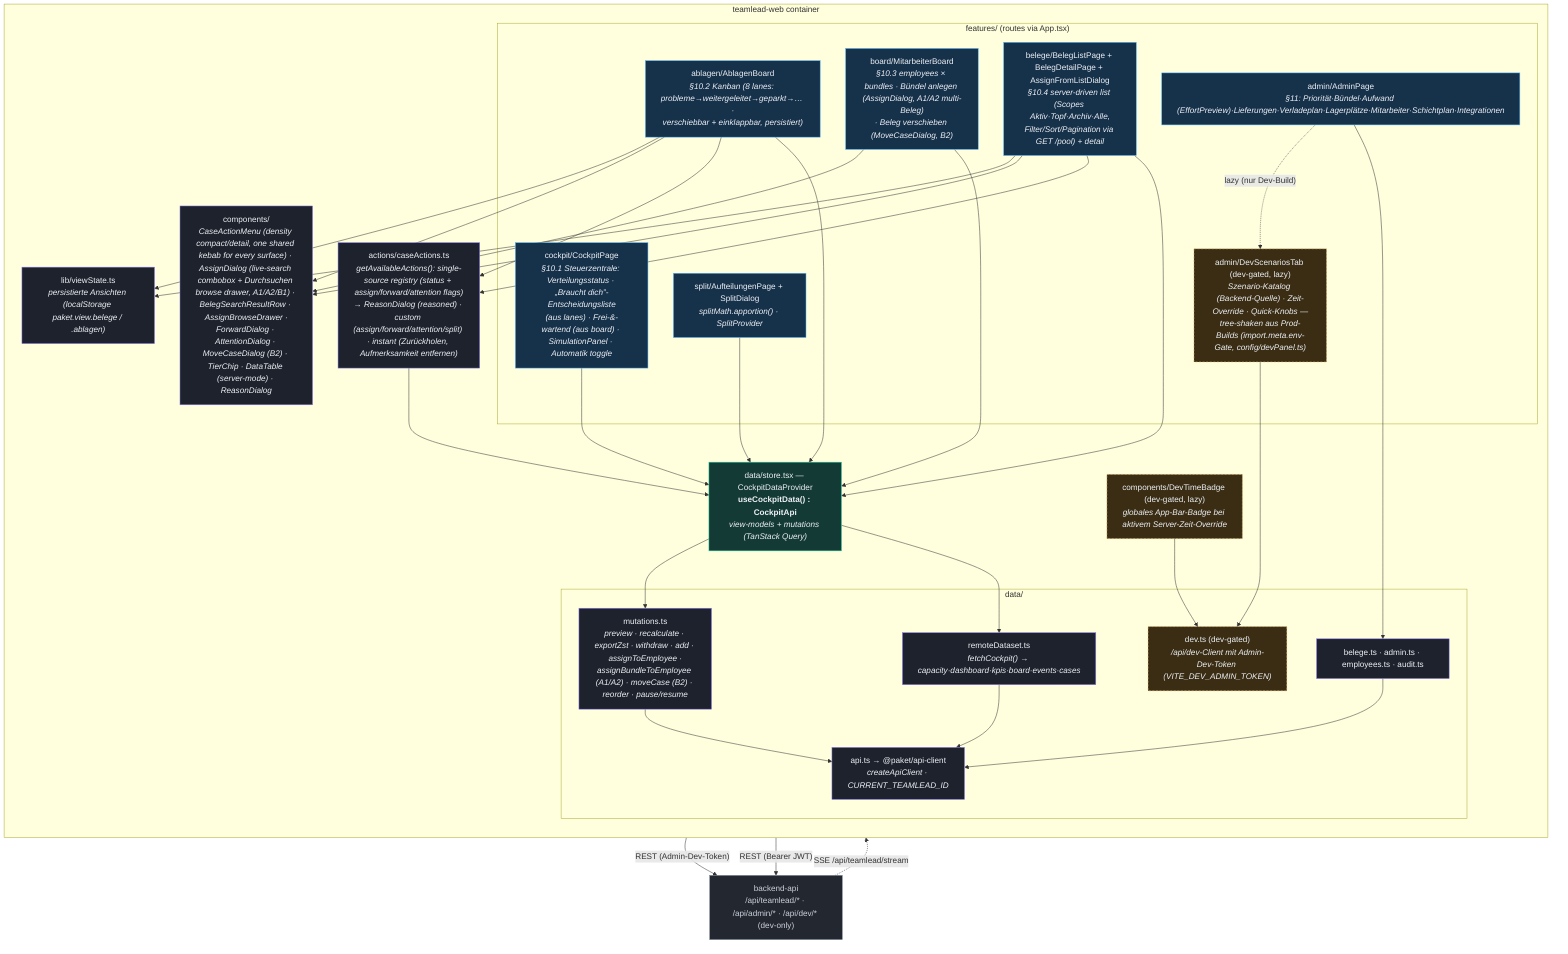
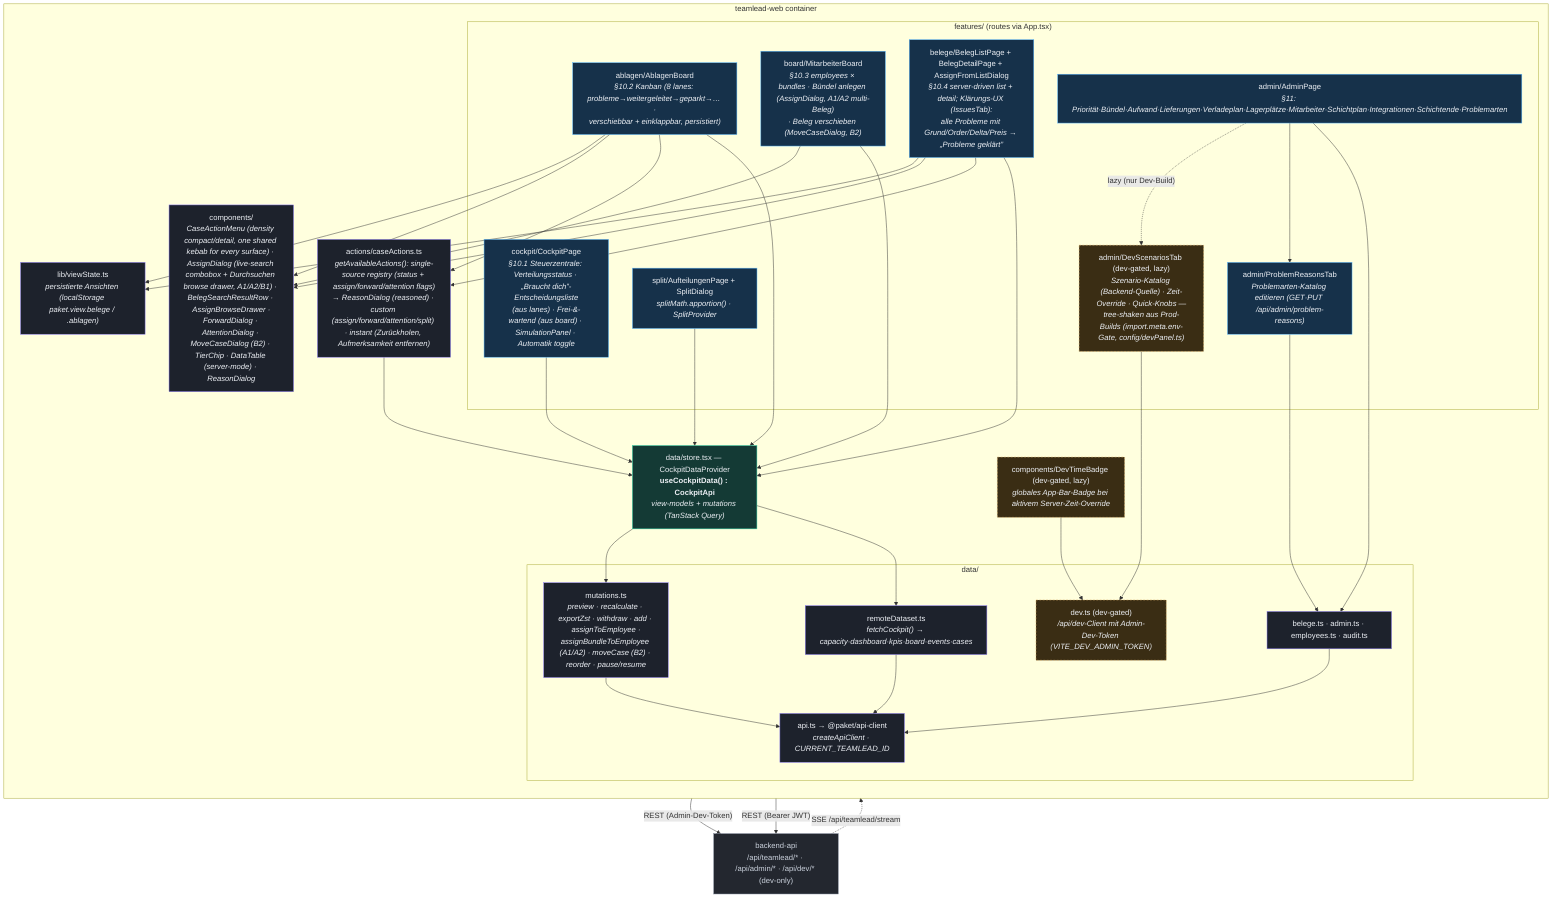
%% C4 Level 3 — Components: teamlead-web (React + Vite + MUI, TanStack Query)
%% Verified against apps/teamlead-web/src/* (features/, data/, actions/, components/).
flowchart TB
    classDef feat fill:#16314a,stroke:#56b6ff,color:#eef1f6;
    classDef store fill:#143a35,stroke:#2dd4a7,color:#eef1f6;
    classDef logic fill:#1d222c,stroke:#8b7cf6,color:#eef1f6;
    classDef ext fill:#23272f,stroke:#7c8696,color:#cbd2dd;
    classDef dev fill:#3a2d14,stroke:#e5b567,color:#eef1f6,stroke-dasharray:4 3;

    api["backend-api<br/>/api/teamlead/* · /api/admin/* · /api/dev/* (dev-only)"]:::ext

    subgraph web["teamlead-web container"]
        direction TB
        subgraph features["features/ (routes via App.tsx)"]
            cockpit["cockpit/CockpitPage<br/><i>§10.1 Steuerzentrale: Verteilungsstatus · „Braucht dich”-Entscheidungsliste<br/>(aus lanes) · Frei-&amp;-wartend (aus board) · SimulationPanel · Automatik toggle</i>"]:::feat
            ablagen["ablagen/AblagenBoard<br/><i>§10.2 Kanban (8 lanes: probleme→weitergeleitet→geparkt→… ·<br/>verschiebbar + einklappbar, persistiert)</i>"]:::feat
            board["board/MitarbeiterBoard<br/><i>§10.3 employees × bundles · Bündel anlegen (AssignDialog, A1/A2 multi-Beleg)<br/>· Beleg verschieben (MoveCaseDialog, B2)</i>"]:::feat
-             belege["belege/BelegListPage + BelegDetailPage + AssignFromListDialog<br/><i>§10.4 server-driven list (Scopes Aktiv·Topf·Archiv·Alle,<br/>Filter/Sort/Pagination via GET /pool) + detail</i>"]:::feat
+             belege["belege/BelegListPage + BelegDetailPage + AssignFromListDialog<br/><i>§10.4 server-driven list + detail; Klärungs-UX (IssuesTab):<br/>alle Probleme mit Grund/Order/Delta/Preis → „Probleme geklärt”</i>"]:::feat
            split["split/AufteilungenPage + SplitDialog<br/><i>splitMath.apportion() · SplitProvider</i>"]:::feat
-             admin["admin/AdminPage<br/><i>§11: Priorität·Bündel·Aufwand (EffortPreview)·Lieferungen·Verladeplan·Lagerplätze·Mitarbeiter·Schichtplan·Integrationen</i>"]:::feat
+             admin["admin/AdminPage<br/><i>§11: Priorität·Bündel·Aufwand·Lieferungen·Verladeplan·Lagerplätze·Mitarbeiter·Schichtplan·Integrationen·Schichtende·Problemarten</i>"]:::feat
+             problemTab["admin/ProblemReasonsTab<br/><i>Problemarten-Katalog editieren (GET·PUT /api/admin/problem-reasons)</i>"]:::feat
            devtab["admin/DevScenariosTab (dev-gated, lazy)<br/><i>Szenario-Katalog (Backend-Quelle) · Zeit-Override · Quick-Knobs —<br/>tree-shaken aus Prod-Builds (import.meta.env-Gate, config/devPanel.ts)</i>"]:::dev
        end
        devbadge["components/DevTimeBadge (dev-gated, lazy)<br/><i>globales App-Bar-Badge bei aktivem Server-Zeit-Override</i>"]:::dev
        store["data/store.tsx — CockpitDataProvider<br/><b>useCockpitData() : CockpitApi</b><br/><i>view-models + mutations (TanStack Query)</i>"]:::store
        subgraph datal["data/"]
            remote["remoteDataset.ts<br/><i>fetchCockpit() → capacity·dashboard·kpis·board·events·cases</i>"]:::logic
            belegeData["belege.ts · admin.ts · employees.ts · audit.ts"]:::logic
            devData["dev.ts (dev-gated)<br/><i>/api/dev-Client mit Admin-Dev-Token (VITE_DEV_ADMIN_TOKEN)</i>"]:::dev
            mutations["mutations.ts<br/><i>preview · recalculate · exportZst · withdraw · add · assignToEmployee ·<br/>assignBundleToEmployee (A1/A2) · moveCase (B2) · reorder · pause/resume</i>"]:::logic
            apiClient["api.ts → @paket/api-client<br/><i>createApiClient · CURRENT_TEAMLEAD_ID</i>"]:::logic
        end
        actions["actions/caseActions.ts<br/><i>getAvailableActions(): single-source registry (status + assign/forward/attention flags)<br/>→ ReasonDialog (reasoned) · custom (assign/forward/attention/split) · instant (Zurückholen, Aufmerksamkeit entfernen)</i>"]:::logic
        shared["components/<br/><i>CaseActionMenu (density compact/detail, one shared kebab for every surface) · AssignDialog (live-search combobox + Durchsuchen browse drawer, A1/A2/B1) · BelegSearchResultRow · AssignBrowseDrawer ·<br/>ForwardDialog · AttentionDialog · MoveCaseDialog (B2) · TierChip · DataTable (server-mode) · ReasonDialog</i>"]:::logic
        viewState["lib/viewState.ts<br/><i>persistierte Ansichten (localStorage paket.view.belege / .ablagen)</i>"]:::logic
    end

    cockpit --> store
    ablagen --> store
    board --> store
    belege --> store
    split --> store
    admin --> belegeData
+     admin --> problemTab
+     problemTab --> belegeData
    admin -. "lazy (nur Dev-Build)" .-> devtab
    devtab --> devData
    devbadge --> devData
    devData -->|"REST (Admin-Dev-Token)"| api
    ablagen --> actions
    belege --> actions
    actions --> store
    board --> shared
    ablagen --> shared
    belege --> shared
    ablagen --> viewState
    belege --> viewState
    store --> remote
    store --> mutations
    remote --> apiClient
    mutations --> apiClient
    belegeData --> apiClient
    apiClient -->|"REST (Bearer JWT)"| api
    api -. "SSE /api/teamlead/stream" .-> store
